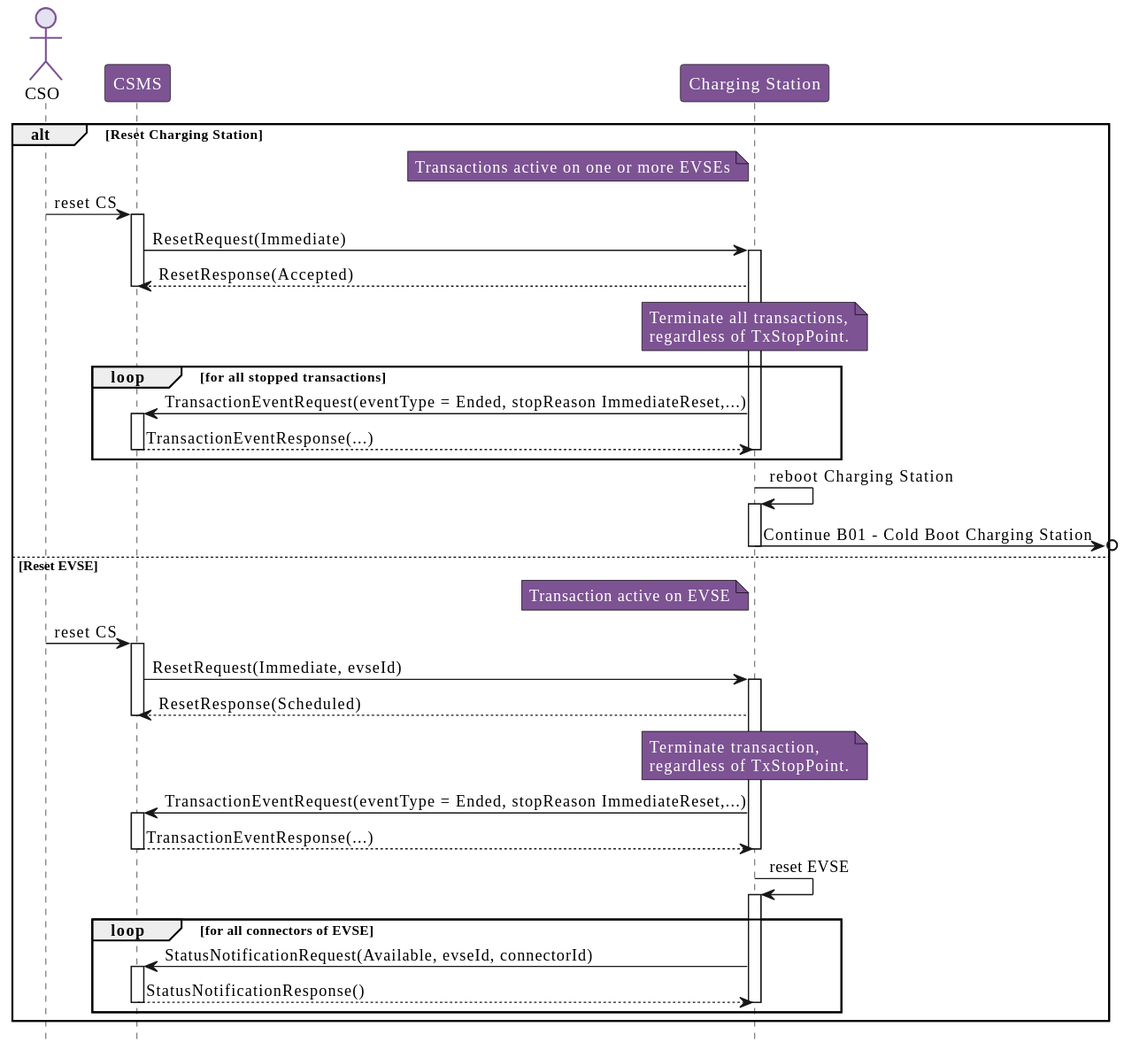
This is OCPP_2.0.1/part2/images/figure_21b.svg from phoi5675/ocpp-markdown, a PlantUML export, as it was before one commit. The source it was exported from:
```plantuml
@startuml
!include style.puml

actor "CSO" as CSO
participant "CSMS" as CSMS
participant "Charging Station" as ChargingStation

alt Reset Charging Station

  note left of ChargingStation
    Transactions active on one or more EVSEs
  end note

  CSO -> CSMS: reset CS
  activate CSMS

  CSMS -> ChargingStation: ResetRequest(Immediate)
  activate ChargingStation

  ChargingStation --> CSMS: ResetResponse(Accepted)
  deactivate CSMS

  note over ChargingStation
    Terminate all transactions,
    regardless of TxStopPoint.
  end note

  loop for all stopped transactions
      ChargingStation -> CSMS: TransactionEventRequest(eventType  Ended, stopReason  ImmediateReset,...)
      activate CSMS

      CSMS --> ChargingStation: TransactionEventResponse(...)
      deactivate CSMS
      deactivate ChargingStation
  end

  ChargingStation -> ChargingStation: reboot Charging Station
  activate ChargingStation

  ChargingStation ->o]: Continue B01 - Cold Boot Charging Station
  deactivate ChargingStation
else Reset EVSE
  note left of ChargingStation
    Transaction active on EVSE
  end note

  CSO -> CSMS: reset CS
  activate CSMS

  CSMS -> ChargingStation: ResetRequest(Immediate, evseId)
  activate ChargingStation

  ChargingStation --> CSMS: ResetResponse(Scheduled)
  deactivate CSMS

  note over ChargingStation
    Terminate transaction,
    regardless of TxStopPoint.
  end note

  ChargingStation -> CSMS: TransactionEventRequest(eventType  Ended, stopReason  ImmediateReset,...)
  activate CSMS

  CSMS --> ChargingStation: TransactionEventResponse(...)
  deactivate CSMS
  deactivate ChargingStation

  ChargingStation -> ChargingStation: reset EVSE
  activate ChargingStation

  loop for all connectors of EVSE
    ChargingStation -> CSMS: StatusNotificationRequest(Available, evseId, connectorId)
    activate CSMS

    CSMS --> ChargingStation: StatusNotificationResponse()
    deactivate ChargingStation
    deactivate CSMS
  end
end
@enduml
```
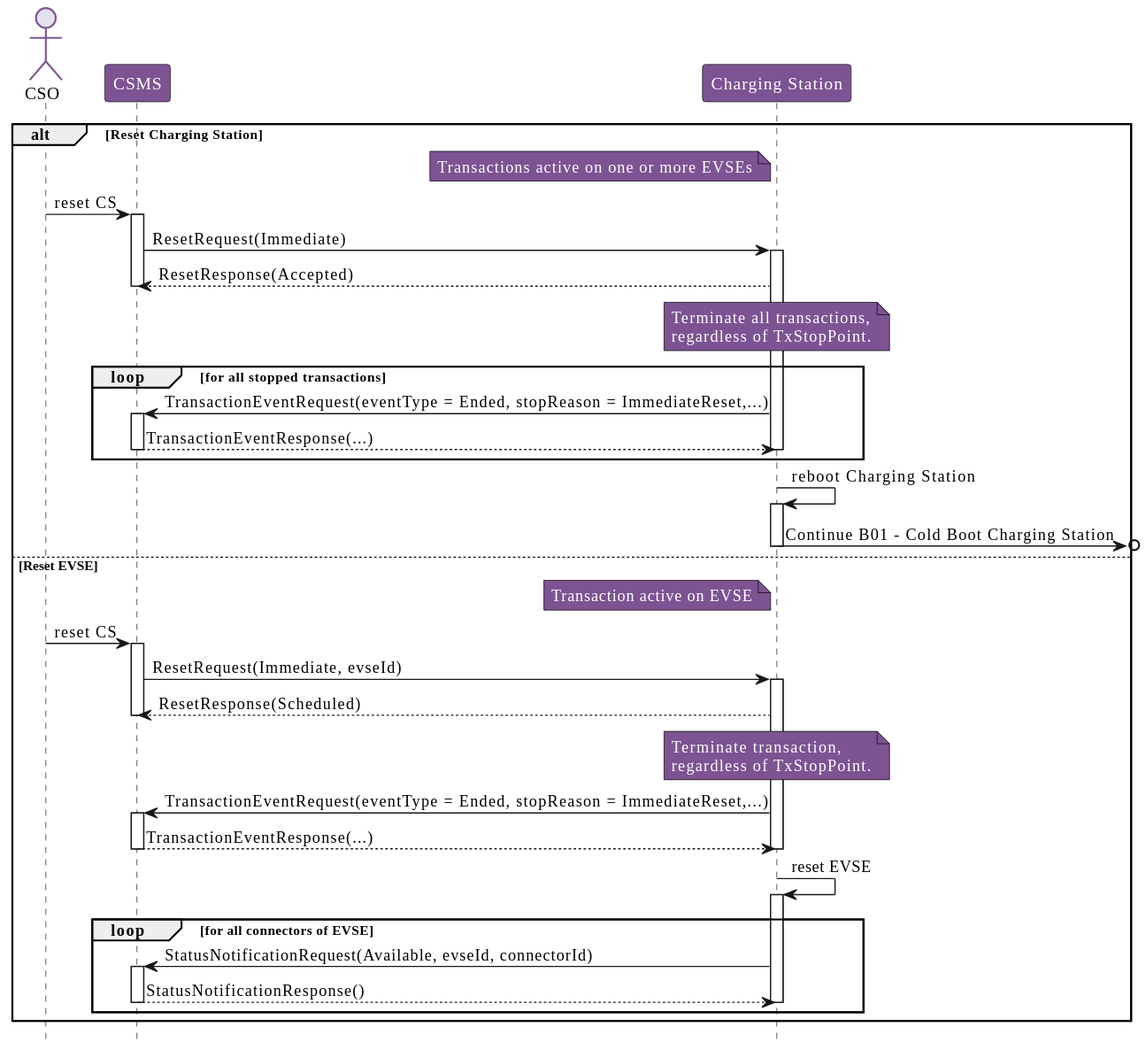
After the change.

What changed in the source:
```diff
@@ -26,7 +26,7 @@
   end note
 
   loop for all stopped transactions
-      ChargingStation -> CSMS: TransactionEventRequest(eventType  Ended, stopReason  ImmediateReset,...)
+      ChargingStation -> CSMS: TransactionEventRequest(eventType = Ended, stopReason = ImmediateReset,...)
       activate CSMS
 
       CSMS --> ChargingStation: TransactionEventResponse(...)
@@ -58,7 +58,7 @@
     regardless of TxStopPoint.
   end note
 
-  ChargingStation -> CSMS: TransactionEventRequest(eventType  Ended, stopReason  ImmediateReset,...)
+  ChargingStation -> CSMS: TransactionEventRequest(eventType = Ended, stopReason = ImmediateReset,...)
   activate CSMS
 
   CSMS --> ChargingStation: TransactionEventResponse(...)
```
